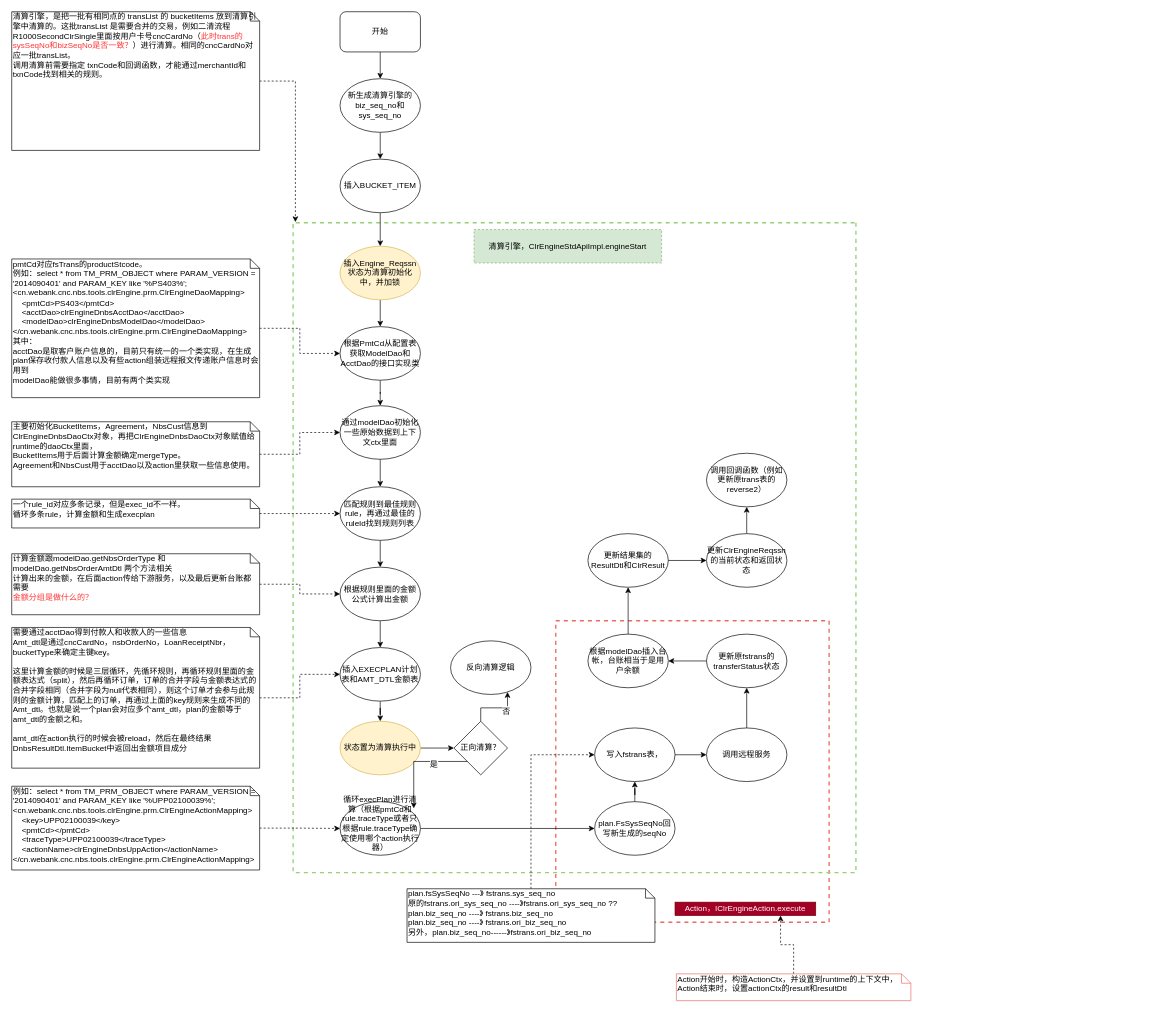
This is 清算引擎.drawio from staconfree/design, a draw.io file, before an edit. Source tidied: cells renumbered, new cells numbered last; positions are measured from the earlier drawing's top-left corner, leaving out a move shared by most shapes. Both pictures are drawn from the tidied source at 67%, with x=0, y=0 at pixel (11, 11).
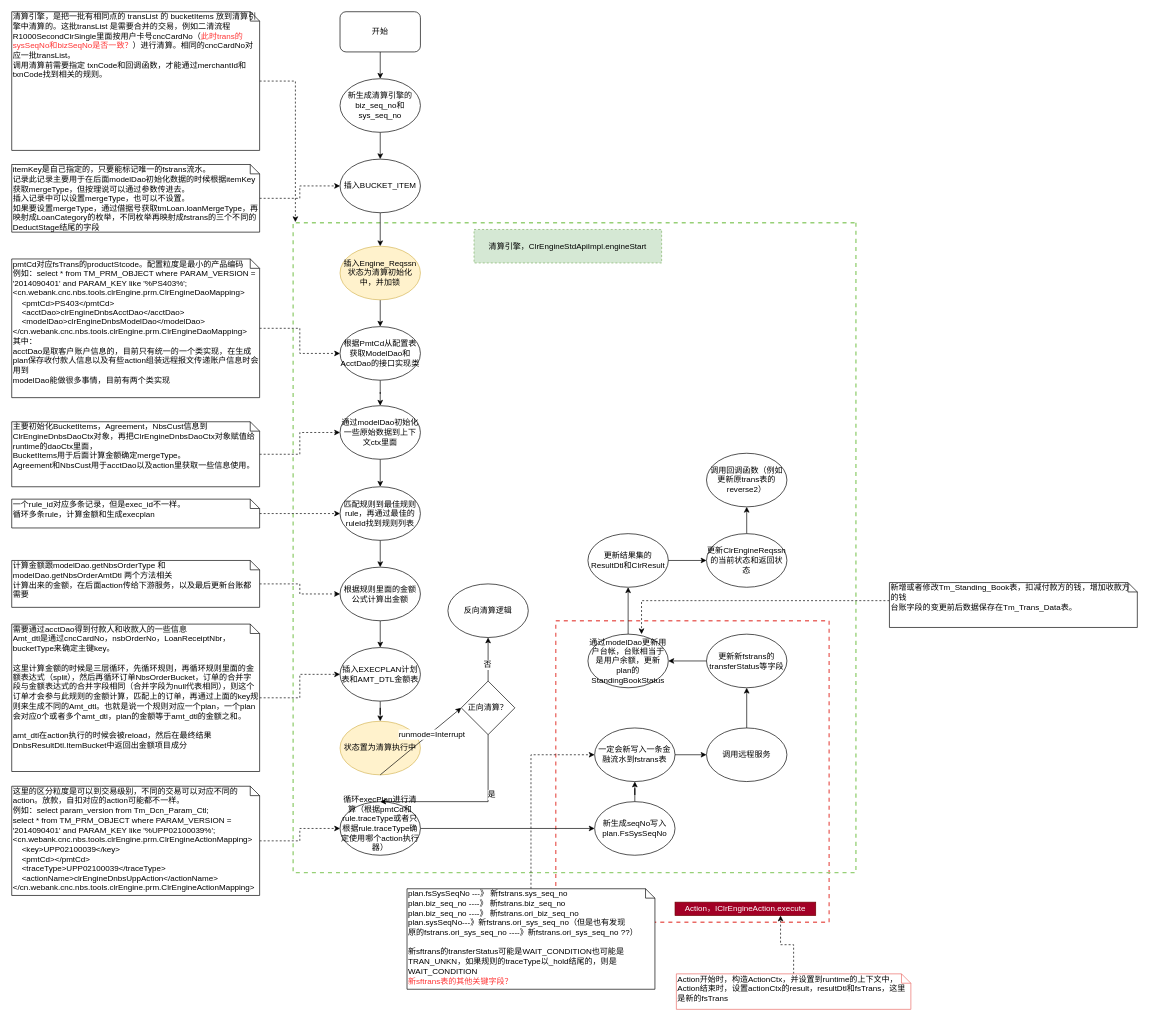
After the change.

Commit message:
更新清算引擎.drawio

The change refers to these unchanged cells:
```xml
<mxCell id="7" value="插入BUCKET_ITEM" style="ellipse;whiteSpace=wrap;html=1;" parent="1" vertex="1">
  <mxGeometry x="490" y="220" width="120" height="80" as="geometry" />
</mxCell>
<mxCell id="25" value="状态置为清算执行中" style="ellipse;whiteSpace=wrap;html=1;fillColor=#fff2cc;strokeColor=#d6b656;" parent="1" vertex="1">
  <mxGeometry x="490" y="1059" width="120" height="80" as="geometry" />
</mxCell>
<mxCell id="27" value="&lt;div&gt;循环execPlan进行清算（根据pmtCd和rule.traceType或者只根据rule.traceType确定使用哪个action执行器）&lt;br&gt;&lt;/div&gt;&lt;div&gt;&lt;br&gt;&lt;/div&gt;" style="ellipse;whiteSpace=wrap;html=1;" parent="1" vertex="1">
  <mxGeometry x="490" y="1179" width="120" height="80" as="geometry" />
</mxCell>
```

Diff of the diagram source:
```diff
@@
-    <mxCell id="13" value="pmtCd对应fsTrans的productStcode。&lt;br&gt;例如：select * from TM_PRM_OBJECT where PARAM_VERSION = '2014090401' and PARAM_KEY like '%PS403%';&lt;br&gt;&amp;lt;cn.webank.cnc.nbs.tools.clrEngine.prm.ClrEngineDaoMapping&amp;gt;&lt;br&gt;&amp;nbsp;&amp;nbsp;&amp;nbsp; &amp;lt;pmtCd&amp;gt;PS403&amp;lt;/pmtCd&amp;gt;&lt;br&gt;&amp;nbsp;&amp;nbsp;&amp;nbsp; &amp;lt;acctDao&amp;gt;clrEngineDnbsAcctDao&amp;lt;/acctDao&amp;gt;&lt;br&gt;&amp;nbsp;&amp;nbsp;&amp;nbsp; &amp;lt;modelDao&amp;gt;clrEngineDnbsModelDao&amp;lt;/modelDao&amp;gt;&lt;br&gt;&lt;div&gt;&amp;lt;/cn.webank.cnc.nbs.tools.clrEngine.prm.ClrEngineDaoMapping&amp;gt;&lt;/div&gt;&lt;div&gt;其中：&lt;/div&gt;&lt;div&gt;acctDao是取客户账户信息的，目前只有统一的一个类实现，在生成plan保存收付款人信息以及有些action组装远程报文传递账户信息时会用到&lt;/div&gt;&lt;div&gt;modelDao能做很多事情，目前有两个类实现&lt;br&gt;&lt;/div&gt;" style="shape=note;whiteSpace=wrap;html=1;size=14;verticalAlign=top;align=left;spacingTop=-6;" parent="1" vertex="1">
+    <mxCell id="13" value="pmtCd对应fsTrans的productStcode。配置粒度是最小的产品编码&lt;br&gt;例如：select * from TM_PRM_OBJECT where PARAM_VERSION = '2014090401' and PARAM_KEY like '%PS403%';&lt;br&gt;&amp;lt;cn.webank.cnc.nbs.tools.clrEngine.prm.ClrEngineDaoMapping&amp;gt;&lt;br&gt;&amp;nbsp;&amp;nbsp;&amp;nbsp; &amp;lt;pmtCd&amp;gt;PS403&amp;lt;/pmtCd&amp;gt;&lt;br&gt;&amp;nbsp;&amp;nbsp;&amp;nbsp; &amp;lt;acctDao&amp;gt;clrEngineDnbsAcctDao&amp;lt;/acctDao&amp;gt;&lt;br&gt;&amp;nbsp;&amp;nbsp;&amp;nbsp; &amp;lt;modelDao&amp;gt;clrEngineDnbsModelDao&amp;lt;/modelDao&amp;gt;&lt;br&gt;&lt;div&gt;&amp;lt;/cn.webank.cnc.nbs.tools.clrEngine.prm.ClrEngineDaoMapping&amp;gt;&lt;/div&gt;&lt;div&gt;其中：&lt;/div&gt;&lt;div&gt;acctDao是取客户账户信息的，目前只有统一的一个类实现，在生成plan保存收付款人信息以及有些action组装远程报文传递账户信息时会用到&lt;/div&gt;&lt;div&gt;modelDao能做很多事情，目前有两个类实现&lt;br&gt;&lt;/div&gt;" style="shape=note;whiteSpace=wrap;html=1;size=14;verticalAlign=top;align=left;spacingTop=-6;" parent="1" vertex="1">
       <mxGeometry y="369" width="370" height="207" as="geometry" />
     </mxCell>
@@
-    <mxCell id="24" style="edgeStyle=orthogonalEdgeStyle;rounded=0;jettySize=auto;html=1;" parent="1" edge="1" source="25" target="54">
-      <mxGeometry relative="1" as="geometry" />
-    </mxCell>
@@
-    <mxCell id="29" value="&lt;div&gt;例如：select * from TM_PRM_OBJECT where PARAM_VERSION = '2014090401' and PARAM_KEY like '%UPP02100039%';&lt;/div&gt;&amp;lt;cn.webank.cnc.nbs.tools.clrEngine.prm.ClrEngineActionMapping&amp;gt;&lt;br&gt;&amp;nbsp;&amp;nbsp;&amp;nbsp; &amp;lt;key&amp;gt;UPP02100039&amp;lt;/key&amp;gt;&lt;br&gt;&amp;nbsp;&amp;nbsp;&amp;nbsp; &amp;lt;pmtCd&amp;gt;&amp;lt;/pmtCd&amp;gt;&lt;br&gt;&amp;nbsp;&amp;nbsp;&amp;nbsp; &amp;lt;traceType&amp;gt;UPP02100039&amp;lt;/traceType&amp;gt;&lt;br&gt;&amp;nbsp;&amp;nbsp;&amp;nbsp; &amp;lt;actionName&amp;gt;clrEngineDnbsUppAction&amp;lt;/actionName&amp;gt;&lt;br&gt;&amp;lt;/cn.webank.cnc.nbs.tools.clrEngine.prm.ClrEngineActionMapping&amp;gt;" style="shape=note;whiteSpace=wrap;html=1;size=14;verticalAlign=top;align=left;spacingTop=-6;" parent="1" vertex="1">
-      <mxGeometry y="1156" width="370" height="125" as="geometry" />
+    <mxCell id="29" value="&lt;div&gt;这里的区分粒度是可以到交易级别，不同的交易可以对应不同的action。放款，自扣对应的action可能都不一样。&lt;br&gt;&lt;/div&gt;&lt;div&gt;例如：select param_version from Tm_Dcn_Param_Ctl;&lt;/div&gt;&lt;div&gt;select * from TM_PRM_OBJECT where PARAM_VERSION = '2014090401' and PARAM_KEY like '%UPP02100039%';&lt;/div&gt;&amp;lt;cn.webank.cnc.nbs.tools.clrEngine.prm.ClrEngineActionMapping&amp;gt;&lt;br&gt;&amp;nbsp;&amp;nbsp;&amp;nbsp; &amp;lt;key&amp;gt;UPP02100039&amp;lt;/key&amp;gt;&lt;br&gt;&amp;nbsp;&amp;nbsp;&amp;nbsp; &amp;lt;pmtCd&amp;gt;&amp;lt;/pmtCd&amp;gt;&lt;br&gt;&amp;nbsp;&amp;nbsp;&amp;nbsp; &amp;lt;traceType&amp;gt;UPP02100039&amp;lt;/traceType&amp;gt;&lt;br&gt;&amp;nbsp;&amp;nbsp;&amp;nbsp; &amp;lt;actionName&amp;gt;clrEngineDnbsUppAction&amp;lt;/actionName&amp;gt;&lt;br&gt;&amp;lt;/cn.webank.cnc.nbs.tools.clrEngine.prm.ClrEngineActionMapping&amp;gt;" style="shape=note;whiteSpace=wrap;html=1;size=14;verticalAlign=top;align=left;spacingTop=-6;" parent="1" vertex="1">
+      <mxGeometry y="1156" width="370" height="163" as="geometry" />
     </mxCell>
@@
-    <mxCell id="31" value="plan.FsSysSeqNo回写新生成的seqNo" style="ellipse;whiteSpace=wrap;html=1;" parent="1" vertex="1">
+    <mxCell id="31" value="新生成seqNo写入plan.FsSysSeqNo" style="ellipse;whiteSpace=wrap;html=1;" parent="1" vertex="1">
       <mxGeometry x="870" y="1179" width="120" height="80" as="geometry" />
     </mxCell>
@@
-    <mxCell id="33" value="写入fstrans表，" style="ellipse;whiteSpace=wrap;html=1;" parent="1" vertex="1">
+    <mxCell id="33" value="一定会新写入一条金融流水到fstrans表" style="ellipse;whiteSpace=wrap;html=1;" parent="1" vertex="1">
       <mxGeometry x="870" y="1069" width="120" height="80" as="geometry" />
     </mxCell>
@@
-    <mxCell id="35" value="&lt;div&gt;plan.fsSysSeqNo ---》 fstrans.sys_seq_no&lt;/div&gt;&lt;div&gt;原的fstrans.ori_sys_seq_no ----》fstrans.ori_sys_seq_no ??&lt;br&gt;&lt;/div&gt;&lt;div&gt;plan.biz_seq_no ----》 fstrans.biz_seq_no&lt;/div&gt;&lt;div&gt;plan.biz_seq_no ----》 fstrans.ori_biz_seq_no&lt;/div&gt;&lt;div&gt;另外，plan.biz_seq_no------》fstrans.ori_biz_seq_no&lt;br&gt;&lt;/div&gt;" style="shape=note;whiteSpace=wrap;html=1;size=14;verticalAlign=top;align=left;spacingTop=-6;" parent="1" vertex="1">
-      <mxGeometry x="590" y="1309" width="370" height="80" as="geometry" />
+    <mxCell id="35" value="&lt;div&gt;plan.fsSysSeqNo ---》 新fstrans.sys_seq_no &lt;br&gt;&lt;/div&gt;&lt;div&gt;plan.biz_seq_no ----》 新fstrans.biz_seq_no&lt;/div&gt;&lt;div&gt;plan.biz_seq_no ----》 新fstrans.ori_biz_seq_no&lt;/div&gt;&lt;div&gt;plan.sysSeqNo---》新fstrans.ori_sys_seq_no（但是也有发现&lt;br&gt;原的fstrans.ori_sys_seq_no ----》新fstrans.ori_sys_seq_no ??）&lt;br&gt;&lt;br&gt;新sftrans的transferStatus可能是WAIT_CONDITION也可能是TRAN_UNKN，如果规则的traceType以_hold结尾的，则是WAIT_CONDITION&lt;br&gt;&lt;font color=&quot;#FF3333&quot;&gt;新sftrans表的其他关键字段？&lt;/font&gt;&lt;br&gt;&lt;/div&gt;" style="shape=note;whiteSpace=wrap;html=1;size=14;verticalAlign=top;align=left;spacingTop=-6;" parent="1" vertex="1">
+      <mxGeometry x="590" y="1309" width="370" height="150" as="geometry" />
     </mxCell>
@@
-    <mxCell id="39" value="更新原fstrans的transferStatus状态" style="ellipse;whiteSpace=wrap;html=1;" parent="1" vertex="1">
+    <mxCell id="39" value="更新新fstrans的transferStatus等字段" style="ellipse;whiteSpace=wrap;html=1;" parent="1" vertex="1">
       <mxGeometry x="1037" y="929" width="120" height="80" as="geometry" />
     </mxCell>
@@
-    <mxCell id="41" value="根据modelDao插入台帐，台账相当于是用户余额" style="ellipse;whiteSpace=wrap;html=1;" parent="1" vertex="1">
+    <mxCell id="41" value="通过modelDao更新用户台帐，台账相当于是用户余额，更新plan的StandingBookStatus" style="ellipse;whiteSpace=wrap;html=1;" parent="1" vertex="1">
       <mxGeometry x="860" y="929" width="120" height="80" as="geometry" />
     </mxCell>
@@
-    <mxCell id="43" value="计算金额跟modelDao.getNbsOrderType 和modelDao.getNbsOrderAmtDtl 两个方法相关&lt;br&gt;计算出来的金额，在后面action传给下游服务，以及最后更新台账都需要&lt;br&gt;&lt;font color=&quot;#FF3333&quot;&gt;金额分组是做什么的？&lt;/font&gt;" style="shape=note;whiteSpace=wrap;html=1;size=14;verticalAlign=top;align=left;spacingTop=-6;" parent="1" vertex="1">
-      <mxGeometry y="809" width="370" height="91" as="geometry" />
+    <mxCell id="43" value="计算金额跟modelDao.getNbsOrderType 和modelDao.getNbsOrderAmtDtl 两个方法相关&lt;br&gt;计算出来的金额，在后面action传给下游服务，以及最后更新台账都需要" style="shape=note;whiteSpace=wrap;html=1;size=14;verticalAlign=top;align=left;spacingTop=-6;" parent="1" vertex="1">
+      <mxGeometry y="819" width="370" height="70" as="geometry" />
     </mxCell>
@@
-    <mxCell id="50" style="edgeStyle=orthogonalEdgeStyle;rounded=0;jettySize=auto;html=1;exitX=0;exitY=1;exitDx=0;exitDy=0;entryX=0.917;entryY=0.125;entryDx=0;entryDy=0;entryPerimeter=0;" parent="1" edge="1" source="54" target="27">
-      <mxGeometry relative="1" as="geometry" />
+    <mxCell id="50" style="edgeStyle=orthogonalEdgeStyle;rounded=0;jettySize=auto;html=1;exitX=0.5;exitY=1;exitDx=0;exitDy=0;entryX=0.5;entryY=0;entryDx=0;entryDy=0;" parent="1" edge="1" source="54" target="27">
+      <mxGeometry relative="1" as="geometry">
+        <Array as="points">
+          <mxPoint x="711" y="1179" />
+        </Array>
+      </mxGeometry>
     </mxCell>
@@
-    <mxCell id="52" style="edgeStyle=orthogonalEdgeStyle;rounded=0;jettySize=auto;html=1;exitX=0.5;exitY=0;exitDx=0;exitDy=0;" parent="1" edge="1" source="54" target="55">
-      <mxGeometry relative="1" as="geometry">
-        <Array as="points">
-          <mxPoint x="700" y="1039" />
-          <mxPoint x="740" y="1039" />
-        </Array>
-      </mxGeometry>
+    <mxCell id="52" style="edgeStyle=orthogonalEdgeStyle;rounded=0;jettySize=auto;html=1;" parent="1" edge="1" source="54" target="55">
+      <mxGeometry relative="1" as="geometry" />
     </mxCell>
     <mxCell id="53" value="否" style="text;html=1;align=center;verticalAlign=middle;labelBackgroundColor=#ffffff;" parent="52" vertex="1">
-      <mxGeometry x="0.36" y="-4" relative="1" as="geometry" />
+      <mxGeometry x="-0.24" y="2" relative="1" as="geometry" />
     </mxCell>
     <mxCell id="54" value="正向清算？" style="rhombus;whiteSpace=wrap;html=1;fillColor=none;" parent="1" vertex="1">
-      <mxGeometry x="660" y="1059" width="80" height="80" as="geometry" />
+      <mxGeometry x="671" y="999" width="80" height="80" as="geometry" />
     </mxCell>
     <mxCell id="55" value="反向清算逻辑" style="ellipse;whiteSpace=wrap;html=1;fillColor=none;" parent="1" vertex="1">
-      <mxGeometry x="655" y="939" width="120" height="80" as="geometry" />
+      <mxGeometry x="651" y="854" width="120" height="80" as="geometry" />
     </mxCell>
@@
-    <mxCell id="58" value="&lt;div&gt;Action开始时，构造ActionCtx，并设置到runtime的上下文中，&lt;/div&gt;&lt;div&gt;Action结束时，设置actionCtx的result和resultDtl&lt;/div&gt;" style="shape=note;whiteSpace=wrap;html=1;size=14;verticalAlign=top;align=left;spacingTop=-6;strokeColor=#EA6B66;" parent="1" vertex="1">
-      <mxGeometry x="992" y="1436" width="350" height="40" as="geometry" />
+    <mxCell id="58" value="&lt;div&gt;Action开始时，构造ActionCtx，并设置到runtime的上下文中，&lt;/div&gt;&lt;div&gt;Action结束时，设置actionCtx的result，resultDtl和fsTrans，这里是新的fsTrans&lt;/div&gt;" style="shape=note;whiteSpace=wrap;html=1;size=14;verticalAlign=top;align=left;spacingTop=-6;strokeColor=#EA6B66;" parent="1" vertex="1">
+      <mxGeometry x="992" y="1436" width="350" height="53" as="geometry" />
     </mxCell>
@@
-    <mxCell id="62" value="需要通过acctDao得到付款人和收款人的一些信息&lt;br&gt;&lt;div&gt;Amt_dtl是通过cncCardNo，nsbOrderNo，LoanReceiptNbr，bucketType来确定主键key。&lt;/div&gt;&lt;div&gt;&lt;br&gt;&lt;/div&gt;&lt;div&gt;这里计算金额的时候是三层循环，先循环规则，再循环规则里面的金额表达式（split），然后再循环订单，订单的合并字段与金额表达式的合并字段相同（合并字段为null代表相同），则这个订单才会参与此规则的金额计算，匹配上的订单，再通过上面的key规则来生成不同的Amt_dtl。也就是说一个plan会对应多个amt_dtl，plan的金额等于amt_dtl的金额之和。&lt;/div&gt;&lt;div&gt;&lt;br&gt;&lt;/div&gt;&lt;div&gt;amt_dtl在action执行的时候会被reload，然后在最终结果DnbsResultDtl.ItemBucket中返回出金额项目成分&lt;br&gt;&lt;/div&gt;&lt;div&gt;&lt;br&gt;&lt;/div&gt;" style="shape=note;whiteSpace=wrap;html=1;size=14;verticalAlign=top;align=left;spacingTop=-6;" parent="1" vertex="1">
-      <mxGeometry y="919" width="370" height="210" as="geometry" />
+    <mxCell id="62" value="需要通过acctDao得到付款人和收款人的一些信息&lt;br&gt;&lt;div&gt;Amt_dtl是通过cncCardNo，nsbOrderNo，LoanReceiptNbr，bucketType来确定主键key。&lt;/div&gt;&lt;div&gt;&lt;br&gt;&lt;/div&gt;&lt;div&gt;这里计算金额的时候是三层循环，先循环规则，再循环规则里面的金额表达式（split），然后再循环订单NbsOrderBucket，订单的合并字段与金额表达式的合并字段相同（合并字段为null代表相同），则这个订单才会参与此规则的金额计算，匹配上的订单，再通过上面的key规则来生成不同的Amt_dtl。也就是说一个规则对应一个plan，一个plan会对应0个或者多个amt_dtl，plan的金额等于amt_dtl的金额之和。&lt;/div&gt;&lt;div&gt;&lt;br&gt;&lt;/div&gt;&lt;div&gt;amt_dtl在action执行的时候会被reload，然后在最终结果DnbsResultDtl.ItemBucket中返回出金额项目成分&lt;br&gt;&lt;/div&gt;&lt;div&gt;&lt;br&gt;&lt;/div&gt;" style="shape=note;whiteSpace=wrap;html=1;size=14;verticalAlign=top;align=left;spacingTop=-6;" parent="1" vertex="1">
+      <mxGeometry y="914" width="370" height="220" as="geometry" />
     </mxCell>
@@
+    <mxCell id="24" style="endArrow=classic;html=1;exitX=0.5;exitY=1;exitDx=0;exitDy=0;entryX=0;entryY=0.5;entryDx=0;entryDy=0;" parent="1" edge="1" source="25" target="54">
+      <mxGeometry relative="1" as="geometry" />
+    </mxCell>
+    <mxCell id="67" value="runmode=Interrupt" style="text;html=1;align=center;verticalAlign=middle;labelBackgroundColor=#ffffff;" parent="24" vertex="1">
+      <mxGeometry x="0.24" y="-2" relative="1" as="geometry" />
+    </mxCell>
+    <mxCell id="68" style="edgeStyle=orthogonalEdgeStyle;rounded=0;jettySize=auto;html=1;dashed=1;" parent="1" edge="1" source="69" target="7">
+      <mxGeometry relative="1" as="geometry" />
+    </mxCell>
+    <mxCell id="69" value="&lt;div&gt;itemKey是自己指定的，只要能标记唯一的fstrans流水。&lt;/div&gt;&lt;div&gt;记录此记录主要用于在后面modelDao初始化数据的时候根据itemKey获取mergeType，但按理说可以通过参数传进去。&lt;br&gt;&lt;/div&gt;&lt;div&gt;插入记录中可以设置mergeType，也可以不设置。&lt;/div&gt;&lt;div&gt;如果要设置mergeType，通过借据号获取tmLoan.loanMergeType，再映射成LoanCategory的枚举，不同枚举再映射成fstrans的三个不同的DeductStage结尾的字段&lt;br&gt;&lt;/div&gt;" style="shape=note;whiteSpace=wrap;html=1;size=14;verticalAlign=top;align=left;spacingTop=-6;" parent="1" vertex="1">
+      <mxGeometry y="228" width="370" height="101" as="geometry" />
+    </mxCell>
+    <mxCell id="70" style="edgeStyle=orthogonalEdgeStyle;rounded=0;jettySize=auto;html=1;entryX=0.667;entryY=0;entryDx=0;entryDy=0;entryPerimeter=0;dashed=1;" parent="1" edge="1" source="71" target="41">
+      <mxGeometry relative="1" as="geometry">
+        <Array as="points">
+          <mxPoint x="940" y="879" />
+        </Array>
+      </mxGeometry>
+    </mxCell>
+    <mxCell id="71" value="&lt;div&gt;新增或者修改Tm_Standing_Book表，扣减付款方的钱，增加收款方的钱&lt;/div&gt;&lt;div&gt;台账字段的变更前后数据保存在Tm_Trans_Data表。&lt;br&gt;&lt;/div&gt;" style="shape=note;whiteSpace=wrap;html=1;size=14;verticalAlign=top;align=left;spacingTop=-6;" parent="1" vertex="1">
+      <mxGeometry x="1310" y="852" width="370" height="67" as="geometry" />
+    </mxCell>
```
